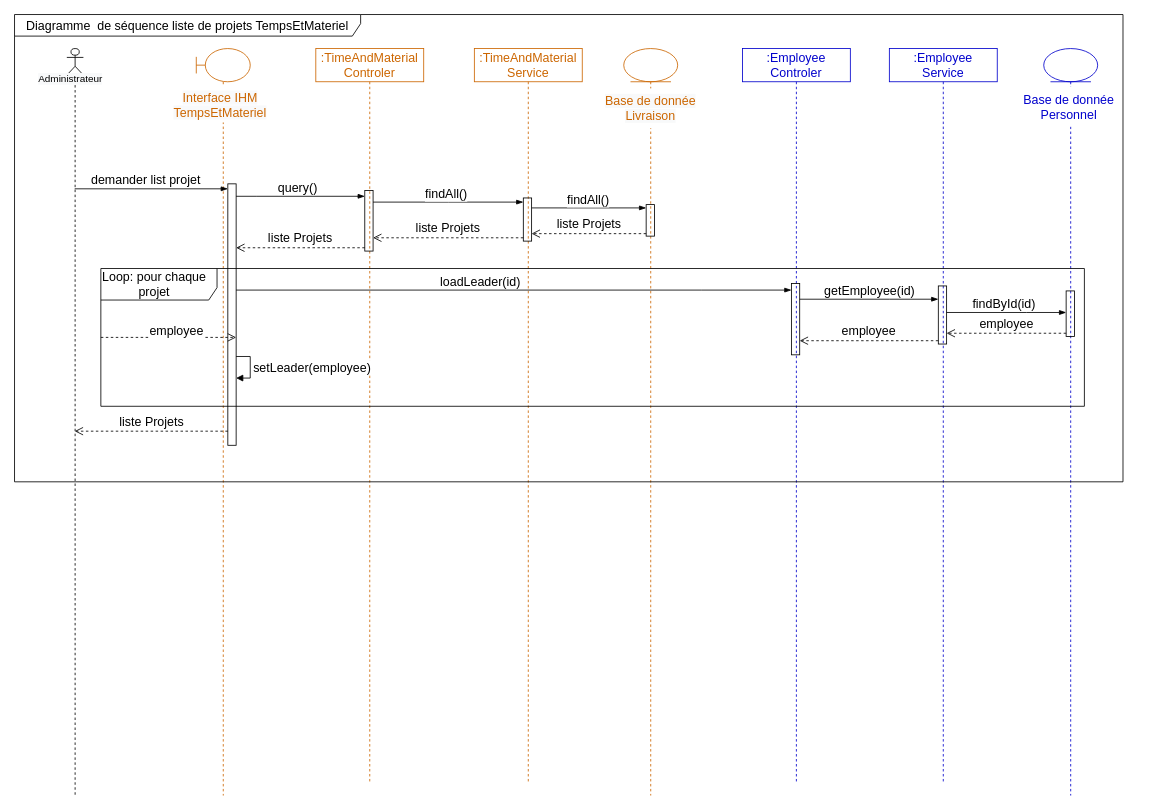
ZidiMedAmine/UML keeps this draw.io diagram as Delivery/TimeAndMaterialProjectListDiagrammeSequence.drawio. Above is the earlier version. Source tidied: cells renumbered, new cells numbered last; positions are measured from the earlier drawing's top-left corner, leaving out a move shared by most shapes. Both pictures are drawn from the tidied source at 83%, with x=0, y=0 at pixel (14, 14).
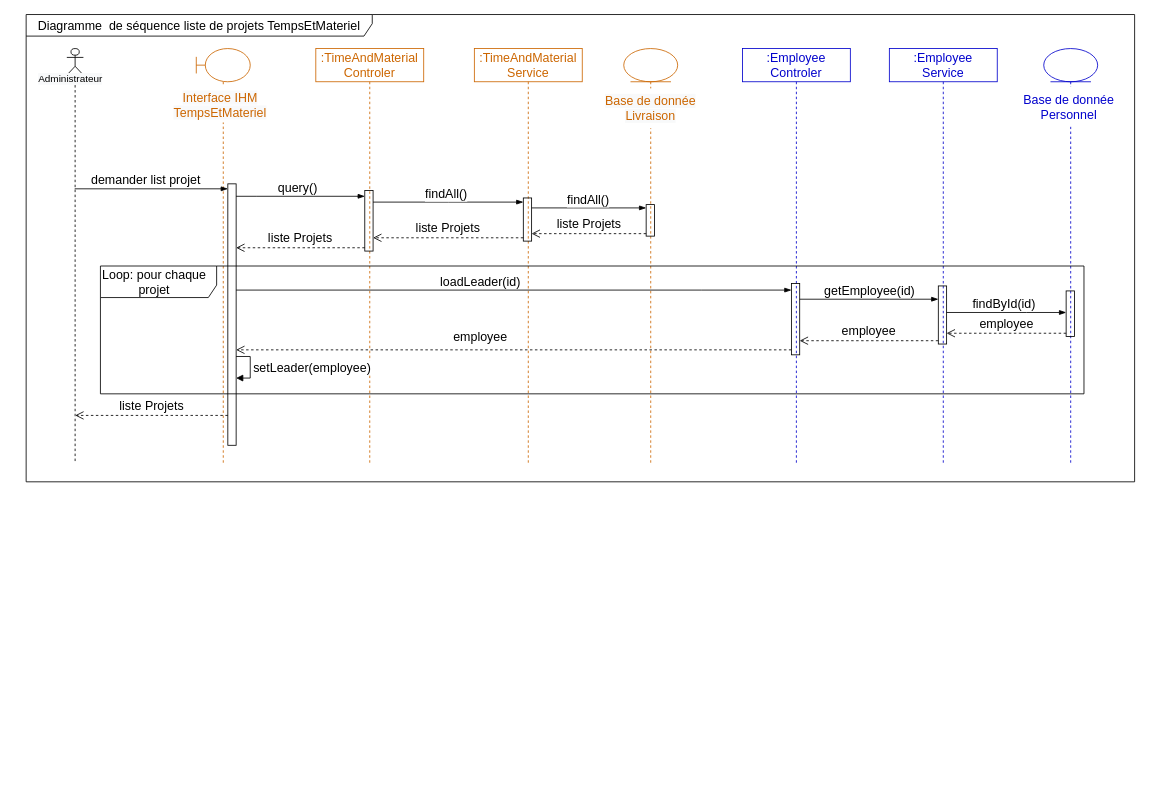
The same diagram, later.

Commit message (it also covers changes not shown here):
Mettre à jour TimeAndMaterialProjectListDiagrammeSequence.drawio

Unchanged cells that the change refers to:
```xml
<mxCell id="12" style="html=1;points=[];perimeter=orthogonalPerimeter;rounded=0;shadow=0;glass=0;sketch=0;fontSize=15;fillColor=none;" parent="10" vertex="1">
  <mxGeometry x="38" y="163" width="10" height="315" as="geometry" />
</mxCell>
<mxCell id="15" style="html=1;points=[];perimeter=orthogonalPerimeter;rounded=0;shadow=0;glass=0;sketch=0;fontSize=15;fillColor=none;" parent="14" vertex="1">
  <mxGeometry x="59" y="283" width="10" height="86" as="geometry" />
</mxCell>
```

What changed in the source:
```diff
@@
     <mxCell id="2" value=":TimeAndMaterial&lt;br&gt;Controler" style="shape=umlLifeline;perimeter=lifelinePerimeter;whiteSpace=wrap;html=1;rounded=0;shadow=0;glass=0;sketch=0;fillColor=none;fontSize=15;fontColor=#CC6600;strokeColor=#CC6600;" parent="1" vertex="1">
-      <mxGeometry x="363" y="41" width="130" height="885" as="geometry" />
+      <mxGeometry x="363" y="41" width="130" height="500" as="geometry" />
     </mxCell>
@@
     <mxCell id="4" style="shape=umlLifeline;participant=umlActor;perimeter=lifelinePerimeter;whiteSpace=wrap;html=1;verticalAlign=top;spacingTop=36;outlineConnect=0;fillColor=none;size=32;sketch=0;shadow=0;rounded=0;glass=0;" parent="1" vertex="1">
-      <mxGeometry x="63" y="41" width="20" height="901" as="geometry" />
+      <mxGeometry x="63" y="41" width="20" height="500" as="geometry" />
     </mxCell>
@@
     <mxCell id="6" value=":TimeAndMaterial&lt;br&gt;Service" style="shape=umlLifeline;perimeter=lifelinePerimeter;whiteSpace=wrap;html=1;rounded=0;shadow=0;glass=0;sketch=0;fillColor=none;fontSize=15;fontColor=#CC6600;strokeColor=#CC6600;" parent="1" vertex="1">
-      <mxGeometry x="554" y="41" width="130" height="885" as="geometry" />
+      <mxGeometry x="554" y="41" width="130" height="500" as="geometry" />
     </mxCell>
@@
     <mxCell id="8" style="shape=umlLifeline;participant=umlEntity;perimeter=lifelinePerimeter;whiteSpace=wrap;html=1;verticalAlign=top;spacingTop=36;rounded=0;shadow=0;glass=0;sketch=0;fontSize=15;fillColor=none;fontColor=#CC6600;strokeColor=#CC6600;" parent="1" vertex="1">
-      <mxGeometry x="734" y="41" width="65" height="900" as="geometry" />
+      <mxGeometry x="734" y="41" width="65" height="500" as="geometry" />
     </mxCell>
@@
     <mxCell id="10" style="shape=umlLifeline;participant=umlBoundary;perimeter=lifelinePerimeter;whiteSpace=wrap;html=1;verticalAlign=top;spacingTop=36;rounded=0;shadow=0;glass=0;sketch=0;fontSize=15;fillColor=none;fontColor=#CC6600;strokeColor=#CC6600;" parent="1" vertex="1">
-      <mxGeometry x="219" y="41" width="65" height="900" as="geometry" />
+      <mxGeometry x="219" y="41" width="65" height="500" as="geometry" />
     </mxCell>
@@
     <mxCell id="14" value=":Employee&lt;br&gt;Controler" style="shape=umlLifeline;perimeter=lifelinePerimeter;whiteSpace=wrap;html=1;rounded=0;shadow=0;glass=0;sketch=0;fillColor=none;fontSize=15;strokeColor=#0000CC;fontColor=#0000CC;" parent="1" vertex="1">
-      <mxGeometry x="877" y="41" width="130" height="885" as="geometry" />
+      <mxGeometry x="877" y="41" width="130" height="500" as="geometry" />
     </mxCell>
@@
     <mxCell id="16" style="shape=umlLifeline;participant=umlEntity;perimeter=lifelinePerimeter;whiteSpace=wrap;html=1;verticalAlign=top;spacingTop=36;rounded=0;shadow=0;glass=0;sketch=0;fontSize=15;fillColor=none;strokeColor=#0000CC;" parent="1" vertex="1">
-      <mxGeometry x="1240" y="41" width="65" height="900" as="geometry" />
+      <mxGeometry x="1240" y="41" width="65" height="500" as="geometry" />
     </mxCell>
@@
     <mxCell id="19" value=":Employee&lt;br&gt;Service" style="shape=umlLifeline;perimeter=lifelinePerimeter;whiteSpace=wrap;html=1;rounded=0;shadow=0;glass=0;sketch=0;fillColor=none;fontSize=15;strokeColor=#0000CC;fontColor=#0000CC;" parent="1" vertex="1">
-      <mxGeometry x="1054" y="41" width="130" height="885" as="geometry" />
+      <mxGeometry x="1054" y="41" width="130" height="500" as="geometry" />
     </mxCell>
@@
-    <mxCell id="40" value="employee" style="html=1;verticalAlign=bottom;endArrow=open;dashed=1;endSize=8;rounded=0;fontSize=15;startArrow=none;" parent="1" edge="1" source="42" target="12">
-      <mxGeometry x="0.12" y="-4" relative="1" as="geometry" />
+    <mxCell id="40" value="employee" style="html=1;verticalAlign=bottom;endArrow=open;dashed=1;endSize=8;rounded=0;fontSize=15;startArrow=none;" parent="1" edge="1" source="15" target="12">
+      <mxGeometry x="0.12" y="-4" relative="1" as="geometry">
+        <Array as="points">
+          <mxPoint x="919" y="404" />
+        </Array>
+      </mxGeometry>
     </mxCell>
-    <mxCell id="41" value="liste Projets" style="html=1;verticalAlign=bottom;endArrow=open;dashed=1;endSize=8;rounded=0;fontSize=15;" parent="1" edge="1" source="12" target="4">
+    <mxCell id="41" value="liste Projets" style="html=1;verticalAlign=bottom;endArrow=open;dashed=1;endSize=8;rounded=0;fontSize=15;" parent="1" edge="1">
       <mxGeometry relative="1" as="geometry">
+        <mxPoint x="257" y="483" as="sourcePoint" />
+        <mxPoint x="73.1" y="483" as="targetPoint" />
         <Array as="points">
-          <mxPoint x="176" y="502" />
+          <mxPoint x="176" y="483" />
         </Array>
       </mxGeometry>
     </mxCell>
     <mxCell id="42" value="Loop: pour chaque &lt;br&gt;&lt;div style=&quot;text-align: center;&quot;&gt;&lt;span style=&quot;background-color: initial;&quot;&gt;projet&lt;/span&gt;&lt;/div&gt;" style="shape=umlFrame;whiteSpace=wrap;html=1;rounded=0;shadow=0;glass=0;sketch=0;fontSize=15;fillColor=none;width=140;height=38;align=left;" parent="1" vertex="1">
-      <mxGeometry x="104" y="306" width="1185" height="166" as="geometry" />
+      <mxGeometry x="103.5" y="303" width="1185" height="154" as="geometry" />
     </mxCell>
     <mxCell id="43" value="Diagramme&amp;nbsp; de séquence liste de projets TempsEtMateriel" style="shape=umlFrame;whiteSpace=wrap;html=1;rounded=0;shadow=0;glass=0;sketch=0;fontSize=15;fillColor=none;width=417;height=26;" parent="1" vertex="1">
-      <mxGeometry width="1335.5" height="563" as="geometry" />
+      <mxGeometry x="14" width="1335.5" height="563" as="geometry" />
     </mxCell>
```
